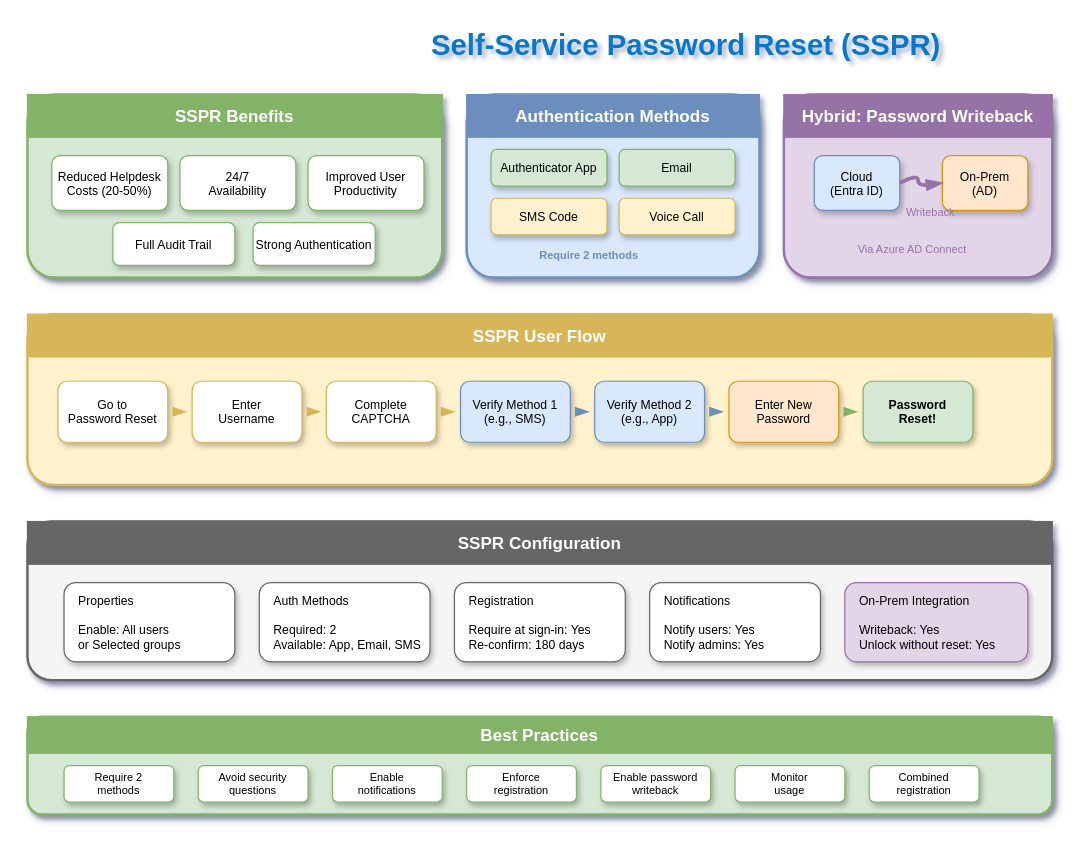
MrParkerZ7/document-lesson-ad-entra-x-claude keeps this draw.io diagram as lesson-04-authentication/4.6-self-service-password-reset/diagram.drawio. Above is the earlier version. Source tidied: cells renumbered, new cells numbered last; positions are measured from the earlier drawing's top-left corner, leaving out a move shared by most shapes. Both pictures are drawn from the tidied source at 122%, with x=0, y=0 at pixel (27, 21).
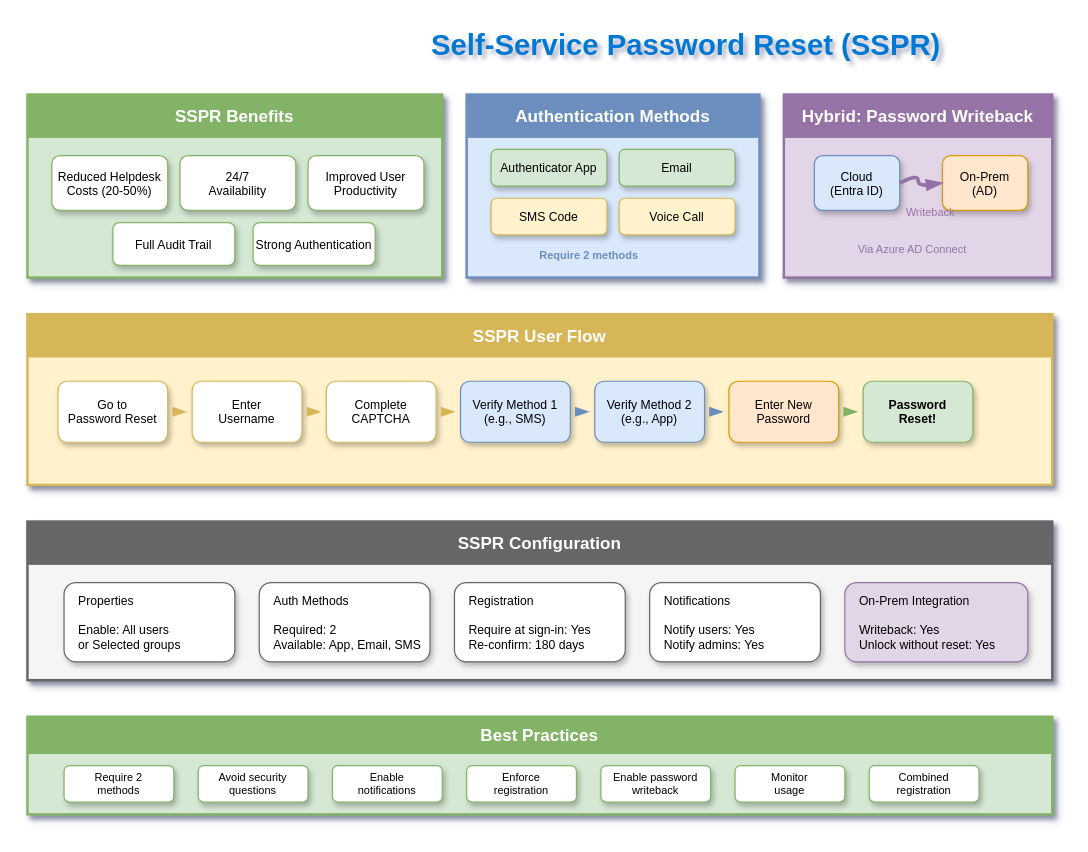
The same page after the edit.

Commit message (it also covers changes not shown here):
Fix diagram group containers to use sharp corners

What changed in the source:
```diff
@@
-    <mxCell id="3" style="rounded=1;whiteSpace=wrap;html=1;fillColor=#d5e8d4;strokeColor=#82b366;strokeWidth=2;shadow=1;" parent="1" vertex="1">
+    <mxCell id="3" style="rounded=0;whiteSpace=wrap;html=1;fillColor=#d5e8d4;strokeColor=#82b366;strokeWidth=2;shadow=1;" parent="1" vertex="1">
       <mxGeometry y="60" width="340" height="150" as="geometry" />
     </mxCell>
@@
-    <mxCell id="10" style="rounded=1;whiteSpace=wrap;html=1;fillColor=#dae8fc;strokeColor=#6c8ebf;strokeWidth=2;shadow=1;" parent="1" vertex="1">
+    <mxCell id="10" style="rounded=0;whiteSpace=wrap;html=1;fillColor=#dae8fc;strokeColor=#6c8ebf;strokeWidth=2;shadow=1;" parent="1" vertex="1">
       <mxGeometry x="360" y="60" width="240" height="150" as="geometry" />
     </mxCell>
@@
-    <mxCell id="17" style="rounded=1;whiteSpace=wrap;html=1;fillColor=#e1d5e7;strokeColor=#9673a6;strokeWidth=2;shadow=1;" parent="1" vertex="1">
+    <mxCell id="17" style="rounded=0;whiteSpace=wrap;html=1;fillColor=#e1d5e7;strokeColor=#9673a6;strokeWidth=2;shadow=1;" parent="1" vertex="1">
       <mxGeometry x="620" y="60" width="220" height="150" as="geometry" />
     </mxCell>
@@
-    <mxCell id="24" style="rounded=1;whiteSpace=wrap;html=1;fillColor=#fff2cc;strokeColor=#d6b656;strokeWidth=2;shadow=1;" parent="1" vertex="1">
+    <mxCell id="24" style="rounded=0;whiteSpace=wrap;html=1;fillColor=#fff2cc;strokeColor=#d6b656;strokeWidth=2;shadow=1;" parent="1" vertex="1">
       <mxGeometry y="240" width="840" height="140" as="geometry" />
     </mxCell>
@@
-    <mxCell id="39" style="rounded=1;whiteSpace=wrap;html=1;fillColor=#f5f5f5;strokeColor=#666666;strokeWidth=2;shadow=1;" parent="1" vertex="1">
+    <mxCell id="39" style="rounded=0;whiteSpace=wrap;html=1;fillColor=#f5f5f5;strokeColor=#666666;strokeWidth=2;shadow=1;" parent="1" vertex="1">
       <mxGeometry y="410" width="840" height="130" as="geometry" />
     </mxCell>
@@
-    <mxCell id="46" style="rounded=1;whiteSpace=wrap;html=1;fillColor=#d5e8d4;strokeColor=#82b366;strokeWidth=2;shadow=1;" parent="1" vertex="1">
+    <mxCell id="46" style="rounded=0;whiteSpace=wrap;html=1;fillColor=#d5e8d4;strokeColor=#82b366;strokeWidth=2;shadow=1;" parent="1" vertex="1">
       <mxGeometry y="570" width="840" height="80" as="geometry" />
     </mxCell>
```
